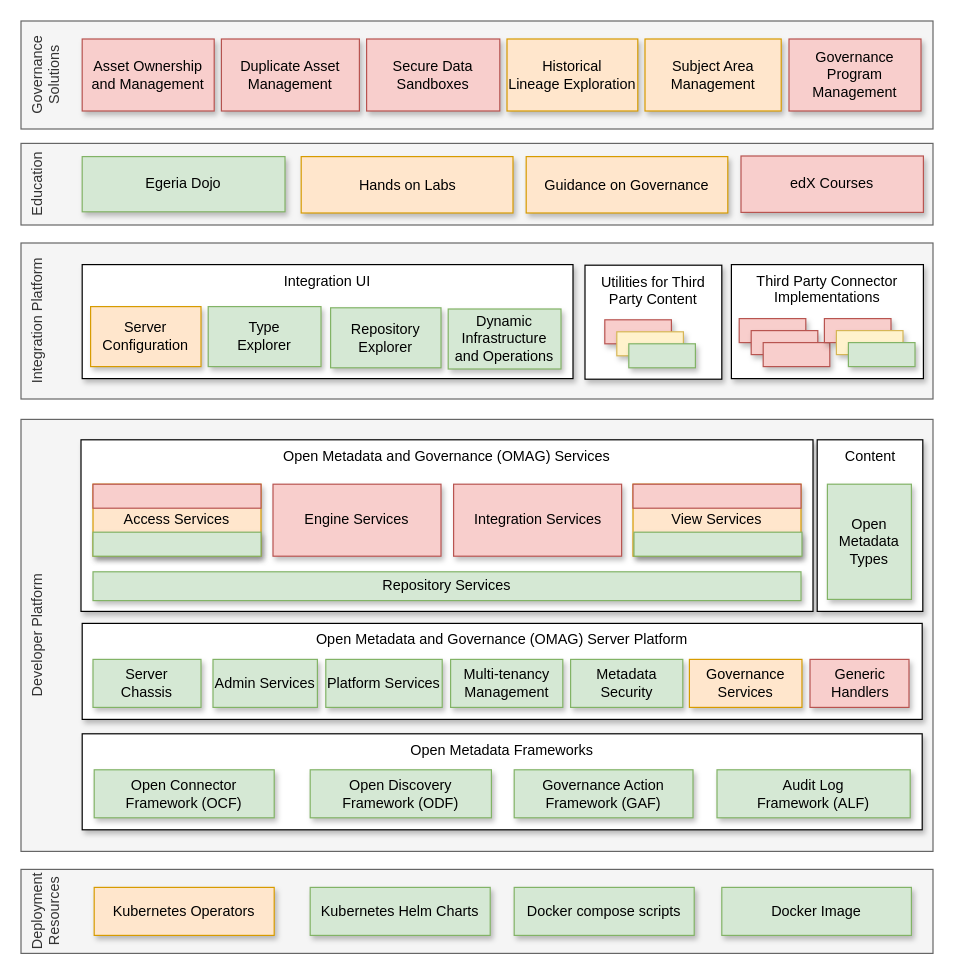
This is page "release-2.3" (17 of 20) of open-metadata-publication/website/roadmap/egeria-status.drawio from odpi/egeria, a draw.io file, before an edit. Source tidied: cells renumbered, new cells numbered last; positions are measured from the earlier drawing's top-left corner, leaving out a move shared by most shapes. Both pictures are drawn from the tidied source at 120%, with x=0, y=0 at pixel (20, 20).
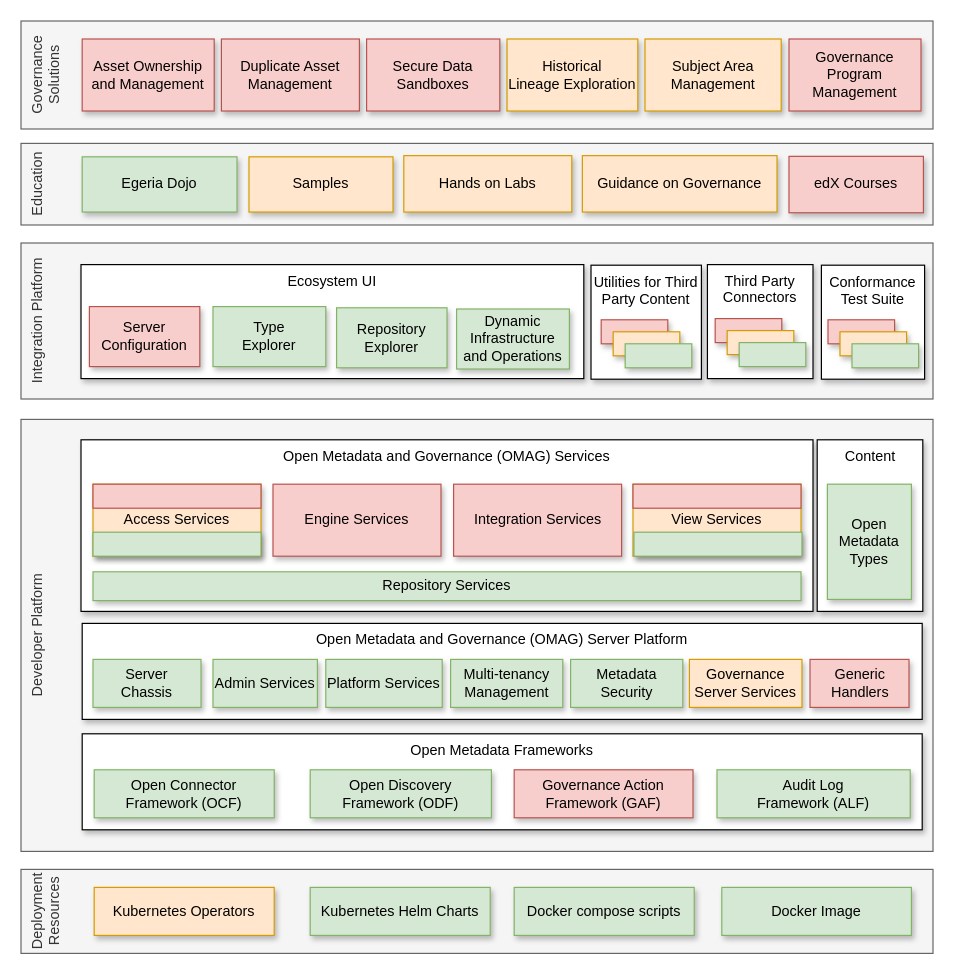
Above is the later version.

The edit, as a diff of the source:
```diff
@@
-    <mxCell id="8" value="Governance Action Framework (GAF)" style="rounded=0;whiteSpace=wrap;html=1;align=center;shadow=1;fillColor=#d5e8d4;strokeColor=#82b366;" parent="1" vertex="1">
+    <mxCell id="8" value="Governance Action Framework (GAF)" style="rounded=0;whiteSpace=wrap;html=1;align=center;shadow=1;fillColor=#f8cecc;strokeColor=#b85450;" parent="1" vertex="1">
       <mxGeometry x="411" y="624" width="149" height="40" as="geometry" />
     </mxCell>
@@
-    <mxCell id="16" value="Hands on Labs" style="rounded=0;whiteSpace=wrap;html=1;align=center;flipH=0;shadow=1;fillColor=#ffe6cc;strokeColor=#d79b00;" parent="1" vertex="1">
-      <mxGeometry x="233.5" y="113" width="176.5" height="47" as="geometry" />
-    </mxCell>
-    <mxCell id="17" value="Egeria Dojo" style="rounded=0;whiteSpace=wrap;html=1;align=center;flipH=0;shadow=1;fillColor=#d5e8d4;strokeColor=#82b366;" parent="1" vertex="1">
-      <mxGeometry x="51" y="113" width="169" height="46" as="geometry" />
-    </mxCell>
@@
-    <mxCell id="19" value="Guidance on Governance" style="rounded=0;whiteSpace=wrap;html=1;align=center;flipH=0;shadow=1;fillColor=#ffe6cc;strokeColor=#d79b00;" parent="1" vertex="1">
-      <mxGeometry x="421" y="113" width="168" height="47" as="geometry" />
-    </mxCell>
@@
-    <mxCell id="24" value="Integration UI" style="rounded=0;whiteSpace=wrap;html=1;align=center;verticalAlign=top;shadow=1;" parent="1" vertex="1">
-      <mxGeometry x="51" y="203" width="409" height="95" as="geometry" />
-    </mxCell>
-    <mxCell id="25" value="Third Party Connector&lt;br&gt;Implementations" style="rounded=0;whiteSpace=wrap;html=1;align=center;verticalAlign=top;shadow=1;" parent="1" vertex="1">
-      <mxGeometry x="592" y="203" width="160" height="95" as="geometry" />
-    </mxCell>
-    <mxCell id="26" value="Repository&lt;br&gt;Explorer" style="rounded=0;whiteSpace=wrap;html=1;align=center;fillColor=#d5e8d4;strokeColor=#82b366;shadow=1;" parent="1" vertex="1">
-      <mxGeometry x="258" y="239" width="92" height="50" as="geometry" />
-    </mxCell>
-    <mxCell id="27" value="Type&lt;br&gt;Explorer" style="rounded=0;whiteSpace=wrap;html=1;align=center;fillColor=#d5e8d4;strokeColor=#82b366;shadow=1;" parent="1" vertex="1">
-      <mxGeometry x="156" y="238" width="94" height="50" as="geometry" />
-    </mxCell>
-    <mxCell id="28" value="Dynamic&lt;br&gt;Infrastructure and Operations" style="rounded=0;whiteSpace=wrap;html=1;align=center;fillColor=#d5e8d4;strokeColor=#82b366;shadow=1;" parent="1" vertex="1">
-      <mxGeometry x="356" y="240" width="94" height="50" as="geometry" />
-    </mxCell>
-    <mxCell id="29" style="rounded=0;whiteSpace=wrap;html=1;align=center;fillColor=#f8cecc;strokeColor=#b85450;shadow=1;" parent="1" vertex="1">
-      <mxGeometry x="598.5" y="248" width="55.5" height="20" as="geometry" />
-    </mxCell>
-    <mxCell id="30" style="rounded=0;whiteSpace=wrap;html=1;align=center;fillColor=#f8cecc;strokeColor=#b85450;shadow=1;" parent="1" vertex="1">
-      <mxGeometry x="608.5" y="258" width="55.5" height="20" as="geometry" />
-    </mxCell>
-    <mxCell id="31" style="rounded=0;whiteSpace=wrap;html=1;align=center;fillColor=#f8cecc;strokeColor=#b85450;shadow=1;" parent="1" vertex="1">
-      <mxGeometry x="618.5" y="268" width="55.5" height="20" as="geometry" />
-    </mxCell>
-    <mxCell id="32" style="rounded=0;whiteSpace=wrap;html=1;align=center;fillColor=#f8cecc;strokeColor=#b85450;shadow=1;" parent="1" vertex="1">
-      <mxGeometry x="669.5" y="248" width="55.5" height="20" as="geometry" />
-    </mxCell>
-    <mxCell id="33" style="rounded=0;whiteSpace=wrap;html=1;align=center;fillColor=#fff2cc;strokeColor=#d6b656;shadow=1;" parent="1" vertex="1">
-      <mxGeometry x="679.5" y="258" width="55.5" height="20" as="geometry" />
-    </mxCell>
-    <mxCell id="34" style="rounded=0;whiteSpace=wrap;html=1;align=center;fillColor=#d5e8d4;strokeColor=#82b366;shadow=1;" parent="1" vertex="1">
-      <mxGeometry x="689.5" y="268" width="55.5" height="20" as="geometry" />
-    </mxCell>
-    <mxCell id="35" value="Server&lt;br&gt;Configuration" style="rounded=0;whiteSpace=wrap;html=1;align=center;fillColor=#ffe6cc;strokeColor=#d79b00;shadow=1;" parent="1" vertex="1">
-      <mxGeometry x="58" y="238" width="92" height="50" as="geometry" />
-    </mxCell>
-    <mxCell id="36" value="Utilities for Third Party Content" style="rounded=0;whiteSpace=wrap;html=1;align=center;verticalAlign=top;shadow=1;" parent="1" vertex="1">
-      <mxGeometry x="470" y="203.5" width="114" height="95" as="geometry" />
-    </mxCell>
-    <mxCell id="37" style="rounded=0;whiteSpace=wrap;html=1;align=center;fillColor=#f8cecc;strokeColor=#b85450;shadow=1;" parent="1" vertex="1">
-      <mxGeometry x="486.5" y="249" width="55.5" height="20" as="geometry" />
-    </mxCell>
-    <mxCell id="38" style="rounded=0;whiteSpace=wrap;html=1;align=center;fillColor=#fff2cc;strokeColor=#d6b656;shadow=1;" parent="1" vertex="1">
-      <mxGeometry x="496.5" y="259" width="55.5" height="20" as="geometry" />
-    </mxCell>
-    <mxCell id="39" style="rounded=0;whiteSpace=wrap;html=1;align=center;fillColor=#d5e8d4;strokeColor=#82b366;shadow=1;" parent="1" vertex="1">
-      <mxGeometry x="506.5" y="269" width="55.5" height="20" as="geometry" />
-    </mxCell>
@@
-    <mxCell id="59" value="edX Courses" style="rounded=0;whiteSpace=wrap;html=1;align=center;flipH=0;shadow=1;fillColor=#f8cecc;strokeColor=#b85450;" parent="1" vertex="1">
-      <mxGeometry x="600" y="112.5" width="152" height="47" as="geometry" />
-    </mxCell>
-    <mxCell id="60" value="Governance Services" style="rounded=0;whiteSpace=wrap;html=1;align=center;shadow=1;fillColor=#ffe6cc;strokeColor=#d79b00;" parent="1" vertex="1">
+    <mxCell id="60" value="Governance Server Services" style="rounded=0;whiteSpace=wrap;html=1;align=center;shadow=1;fillColor=#ffe6cc;strokeColor=#d79b00;" parent="1" vertex="1">
       <mxGeometry x="557" y="532" width="93.8" height="40" as="geometry" />
     </mxCell>
@@
+    <mxCell id="16" value="Hands on Labs" style="rounded=0;whiteSpace=wrap;html=1;align=center;flipH=0;shadow=1;fillColor=#ffe6cc;strokeColor=#d79b00;" parent="1" vertex="1">
+      <mxGeometry x="319" y="112.2" width="140" height="47" as="geometry" />
+    </mxCell>
+    <mxCell id="17" value="Egeria Dojo" style="rounded=0;whiteSpace=wrap;html=1;align=center;flipH=0;shadow=1;fillColor=#d5e8d4;strokeColor=#82b366;" parent="1" vertex="1">
+      <mxGeometry x="51" y="113.2" width="129" height="46" as="geometry" />
+    </mxCell>
+    <mxCell id="19" value="Guidance on Governance" style="rounded=0;whiteSpace=wrap;html=1;align=center;flipH=0;shadow=1;fillColor=#ffe6cc;strokeColor=#d79b00;" parent="1" vertex="1">
+      <mxGeometry x="467.8" y="112.2" width="162.2" height="47" as="geometry" />
+    </mxCell>
+    <mxCell id="59" value="edX Courses" style="rounded=0;whiteSpace=wrap;html=1;align=center;flipH=0;shadow=1;fillColor=#f8cecc;strokeColor=#b85450;" parent="1" vertex="1">
+      <mxGeometry x="640" y="112.8" width="112" height="47" as="geometry" />
+    </mxCell>
+    <mxCell id="63" value="Samples" style="rounded=0;whiteSpace=wrap;html=1;align=center;flipH=0;shadow=1;fillColor=#ffe6cc;strokeColor=#d79b00;" parent="1" vertex="1">
+      <mxGeometry x="190" y="113.2" width="120" height="46" as="geometry" />
+    </mxCell>
+    <mxCell id="64" value="Ecosystem UI" style="rounded=0;whiteSpace=wrap;html=1;align=center;verticalAlign=top;shadow=1;" parent="1" vertex="1">
+      <mxGeometry x="50" y="203" width="419" height="95" as="geometry" />
+    </mxCell>
+    <mxCell id="65" value="Third Party&lt;br&gt;Connectors" style="rounded=0;whiteSpace=wrap;html=1;align=center;verticalAlign=top;shadow=1;" parent="1" vertex="1">
+      <mxGeometry x="572" y="203" width="88" height="95" as="geometry" />
+    </mxCell>
+    <mxCell id="26" value="Repository&lt;br&gt;Explorer" style="rounded=0;whiteSpace=wrap;html=1;align=center;fillColor=#d5e8d4;strokeColor=#82b366;shadow=1;" parent="1" vertex="1">
+      <mxGeometry x="263" y="239" width="92" height="50" as="geometry" />
+    </mxCell>
+    <mxCell id="27" value="Type&lt;br&gt;Explorer" style="rounded=0;whiteSpace=wrap;html=1;align=center;fillColor=#d5e8d4;strokeColor=#82b366;shadow=1;" parent="1" vertex="1">
+      <mxGeometry x="160" y="238" width="94" height="50" as="geometry" />
+    </mxCell>
+    <mxCell id="28" value="Dynamic&lt;br&gt;Infrastructure and Operations" style="rounded=0;whiteSpace=wrap;html=1;align=center;fillColor=#d5e8d4;strokeColor=#82b366;shadow=1;" parent="1" vertex="1">
+      <mxGeometry x="363" y="240" width="94" height="50" as="geometry" />
+    </mxCell>
+    <mxCell id="66" style="rounded=0;whiteSpace=wrap;html=1;align=center;fillColor=#f8cecc;strokeColor=#b85450;shadow=1;" parent="1" vertex="1">
+      <mxGeometry x="578.5" y="248" width="55.5" height="20" as="geometry" />
+    </mxCell>
+    <mxCell id="67" style="rounded=0;whiteSpace=wrap;html=1;align=center;fillColor=#ffe6cc;strokeColor=#d79b00;shadow=1;" parent="1" vertex="1">
+      <mxGeometry x="588.5" y="258" width="55.5" height="20" as="geometry" />
+    </mxCell>
+    <mxCell id="68" style="rounded=0;whiteSpace=wrap;html=1;align=center;fillColor=#d5e8d4;strokeColor=#82b366;shadow=1;" parent="1" vertex="1">
+      <mxGeometry x="598.5" y="268" width="55.5" height="20" as="geometry" />
+    </mxCell>
+    <mxCell id="35" value="Server&lt;br&gt;Configuration" style="rounded=0;whiteSpace=wrap;html=1;align=center;fillColor=#f8cecc;strokeColor=#b85450;shadow=1;" parent="1" vertex="1">
+      <mxGeometry x="57" y="238" width="92" height="50" as="geometry" />
+    </mxCell>
+    <mxCell id="36" value="Utilities for Third Party Content" style="rounded=0;whiteSpace=wrap;html=1;align=center;verticalAlign=top;shadow=1;" parent="1" vertex="1">
+      <mxGeometry x="475" y="203.5" width="92" height="95" as="geometry" />
+    </mxCell>
+    <mxCell id="69" style="rounded=0;whiteSpace=wrap;html=1;align=center;fillColor=#f8cecc;strokeColor=#b85450;shadow=1;" parent="1" vertex="1">
+      <mxGeometry x="483.5" y="249" width="55.5" height="20" as="geometry" />
+    </mxCell>
+    <mxCell id="70" style="rounded=0;whiteSpace=wrap;html=1;align=center;fillColor=#ffe6cc;strokeColor=#d79b00;shadow=1;" parent="1" vertex="1">
+      <mxGeometry x="493.5" y="259" width="55.5" height="20" as="geometry" />
+    </mxCell>
+    <mxCell id="71" style="rounded=0;whiteSpace=wrap;html=1;align=center;fillColor=#d5e8d4;strokeColor=#82b366;shadow=1;" parent="1" vertex="1">
+      <mxGeometry x="503.5" y="269" width="55.5" height="20" as="geometry" />
+    </mxCell>
+    <mxCell id="72" value="Conformance&lt;br&gt;Test Suite" style="rounded=0;whiteSpace=wrap;html=1;align=center;verticalAlign=top;shadow=1;" parent="1" vertex="1">
+      <mxGeometry x="667" y="203.5" width="86" height="95" as="geometry" />
+    </mxCell>
+    <mxCell id="73" style="rounded=0;whiteSpace=wrap;html=1;align=center;fillColor=#f8cecc;strokeColor=#b85450;shadow=1;" parent="1" vertex="1">
+      <mxGeometry x="672.5" y="249" width="55.5" height="20" as="geometry" />
+    </mxCell>
+    <mxCell id="74" style="rounded=0;whiteSpace=wrap;html=1;align=center;fillColor=#ffe6cc;strokeColor=#d79b00;shadow=1;" parent="1" vertex="1">
+      <mxGeometry x="682.5" y="259" width="55.5" height="20" as="geometry" />
+    </mxCell>
+    <mxCell id="75" style="rounded=0;whiteSpace=wrap;html=1;align=center;fillColor=#d5e8d4;strokeColor=#82b366;shadow=1;" parent="1" vertex="1">
+      <mxGeometry x="692.5" y="269" width="55.5" height="20" as="geometry" />
+    </mxCell>
```
